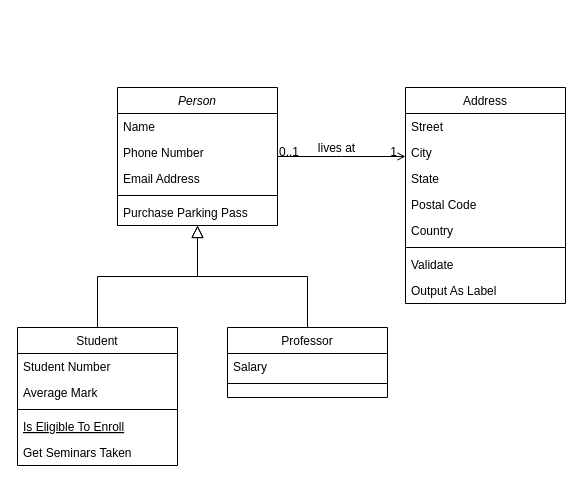
Earlier version of the draw.io diagram Diagrama sem nome.drawio (wellingtonvieira001/Comunidade_SST). Source tidied: cells renumbered, new cells numbered last; positions are measured from the earlier drawing's top-left corner, leaving out a move shared by most shapes. Both pictures are drawn from the tidied source at 100%, with x=0, y=0 at pixel (17, 87).
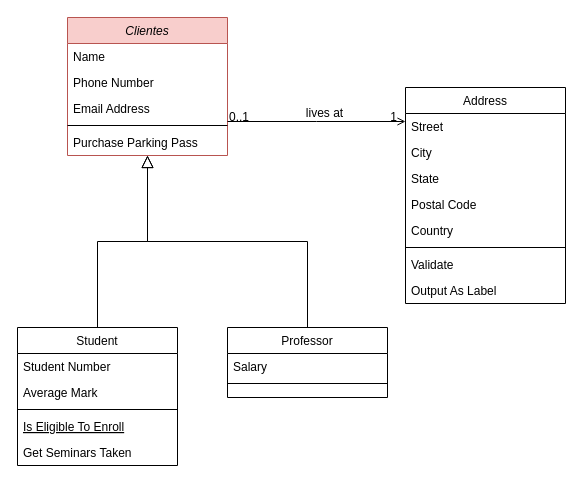
The same page after the edit.

The edit, as a diff of the source:
```diff
@@
-    <mxCell id="2" value="Person" style="swimlane;fontStyle=2;align=center;verticalAlign=top;horizontal=1;startSize=26;rounded=0;shadow=0;strokeWidth=1;" parent="1" vertex="1">
-      <mxGeometry x="100" width="160" height="138" as="geometry" />
+    <mxCell id="2" value="Clientes" style="swimlane;fontStyle=2;align=center;verticalAlign=top;horizontal=1;startSize=26;rounded=0;shadow=0;strokeWidth=1;fillColor=#f8cecc;strokeColor=#b85450;" parent="1" vertex="1">
+      <mxGeometry x="50" y="-70" width="160" height="138" as="geometry" />
     </mxCell>
```
